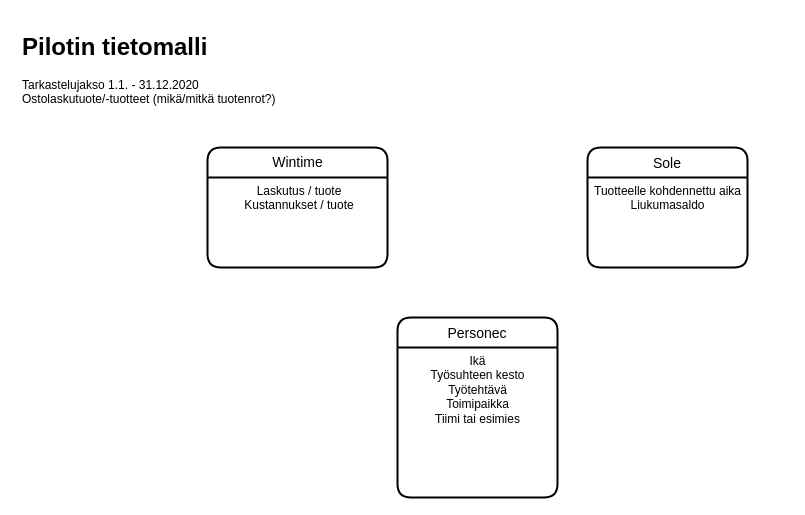
The draw.io diagram page "Page-2" (2 of 3) of Untitled Diagram.drawio in tiinasalmenius/testrepo, before the edit. Source tidied: cells renumbered, new cells numbered last; positions are measured from the earlier drawing's top-left corner, leaving out a move shared by most shapes. Both pictures are drawn from the tidied source at 100%, with x=0, y=0 at pixel (17, 27).
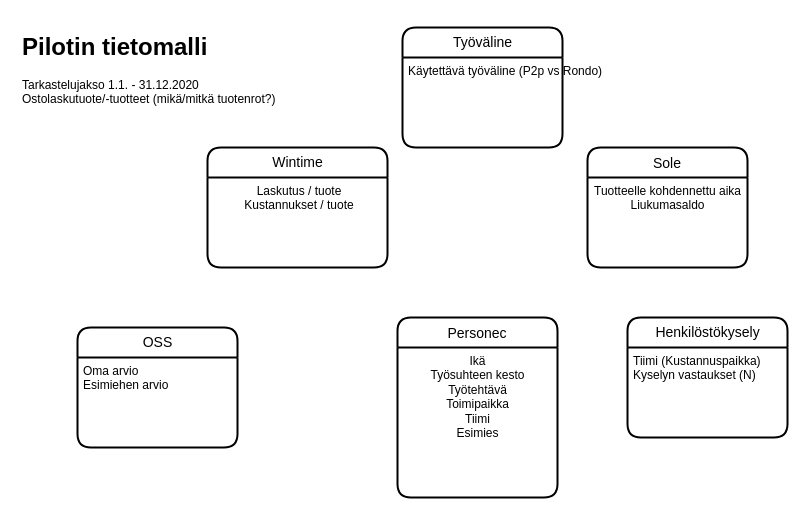
The same page after the edit.

What changed in the source:
```diff
@@
 <mxGraphModel>
   <root>
     <mxCell id="0" />
     <mxCell id="1" parent="0" />
     <mxCell id="2" value="Personec" style="swimlane;horizontal=1;startSize=30;rounded=1;fontSize=14;fontStyle=0;strokeWidth=2;shadow=0;dashed=0;align=center;" parent="1" vertex="1">
       <mxGeometry x="380" y="290" width="160" height="180" as="geometry" />
     </mxCell>
-    <mxCell id="3" value="Ikä&lt;br&gt;Työsuhteen kesto&lt;br&gt;Työtehtävä&lt;br&gt;Toimipaikka&lt;br&gt;Tiimi tai esimies" style="text;html=1;align=center;verticalAlign=top;fillColor=none;strokeColor=none;rounded=0;horizontal=1;labelPosition=center;verticalLabelPosition=middle;" parent="2" vertex="1">
+    <mxCell id="3" value="Ikä&lt;br&gt;Työsuhteen kesto&lt;br&gt;Työtehtävä&lt;br&gt;Toimipaikka&lt;br&gt;Tiimi &lt;br&gt;Esimies" style="text;html=1;align=center;verticalAlign=top;fillColor=none;strokeColor=none;rounded=0;horizontal=1;labelPosition=center;verticalLabelPosition=middle;" parent="2" vertex="1">
       <mxGeometry y="30" width="160" height="150" as="geometry" />
     </mxCell>
     <mxCell id="4" value="Sole" style="swimlane;horizontal=1;startSize=30;rounded=1;fontSize=14;fontStyle=0;strokeWidth=2;shadow=0;dashed=0;align=center;" parent="1" vertex="1">
       <mxGeometry x="570" y="120" width="160" height="120" as="geometry" />
     </mxCell>
     <mxCell id="5" value="Wintime" style="swimlane;horizontal=1;startSize=30;rounded=1;fontSize=14;fontStyle=0;strokeWidth=2;shadow=0;dashed=0;align=center;html=1;" parent="1" vertex="1">
       <mxGeometry x="190" y="120" width="180" height="120" as="geometry" />
     </mxCell>
     <mxCell id="6" value="Laskutus / tuote&#10;Kustannukset / tuote&#10;" style="align=center;strokeColor=none;fillColor=none;spacingLeft=4;fontSize=12;verticalAlign=top;" parent="5" vertex="1">
       <mxGeometry y="30" width="180" height="90" as="geometry" />
     </mxCell>
     <mxCell id="7" value="&lt;h1&gt;Pilotin tietomalli&lt;/h1&gt;&lt;p&gt;Tarkastelujakso 1.1. - 31.12.2020&lt;br&gt;Ostolaskutuote/-tuotteet (mikä/mitkä tuotenrot?)&lt;/p&gt;&lt;p&gt;&lt;br&gt;&lt;/p&gt;" style="text;html=1;strokeColor=none;fillColor=none;spacing=5;spacingTop=-20;whiteSpace=wrap;overflow=hidden;rounded=0;align=left;" parent="1" vertex="1">
       <mxGeometry width="380" height="100" as="geometry" />
     </mxCell>
     <mxCell id="8" value="Tuotteelle kohdennettu aika&lt;br&gt;Liukumasaldo" style="text;html=1;align=center;verticalAlign=top;fillColor=none;strokeColor=none;rounded=0;" parent="1" vertex="1">
       <mxGeometry x="570" y="150" width="160" height="30" as="geometry" />
     </mxCell>
+    <mxCell id="9" value="Työväline" style="swimlane;horizontal=1;startSize=30;rounded=1;fontSize=14;fontStyle=0;strokeWidth=2;shadow=0;dashed=0;align=center;html=1;" parent="1" vertex="1">
+      <mxGeometry x="385" width="160" height="120" as="geometry" />
+    </mxCell>
+    <mxCell id="10" value="Käytettävä työväline (P2p vs Rondo)" style="align=left;strokeColor=none;fillColor=none;spacingLeft=4;fontSize=12;verticalAlign=top;" parent="9" vertex="1">
+      <mxGeometry y="30" width="160" height="90" as="geometry" />
+    </mxCell>
+    <mxCell id="11" value="OSS" style="swimlane;horizontal=1;startSize=30;rounded=1;fontSize=14;fontStyle=0;strokeWidth=2;shadow=0;dashed=0;align=center;html=1;" parent="1" vertex="1">
+      <mxGeometry x="60" y="300" width="160" height="120" as="geometry" />
+    </mxCell>
+    <mxCell id="12" value="Oma arvio&#10;Esimiehen arvio" style="align=left;strokeColor=none;fillColor=none;spacingLeft=4;fontSize=12;verticalAlign=top;" parent="11" vertex="1">
+      <mxGeometry y="30" width="160" height="90" as="geometry" />
+    </mxCell>
+    <mxCell id="13" value="Henkilöstökysely" style="swimlane;horizontal=1;startSize=30;rounded=1;fontSize=14;fontStyle=0;strokeWidth=2;shadow=0;dashed=0;align=center;html=1;" parent="1" vertex="1">
+      <mxGeometry x="610" y="290" width="160" height="120" as="geometry" />
+    </mxCell>
+    <mxCell id="14" value="Tiimi (Kustannuspaikka)&#10;Kyselyn vastaukset (N)" style="align=left;strokeColor=none;fillColor=none;spacingLeft=4;fontSize=12;verticalAlign=top;" parent="13" vertex="1">
+      <mxGeometry y="30" width="160" height="90" as="geometry" />
+    </mxCell>
   </root>
 </mxGraphModel>
```
